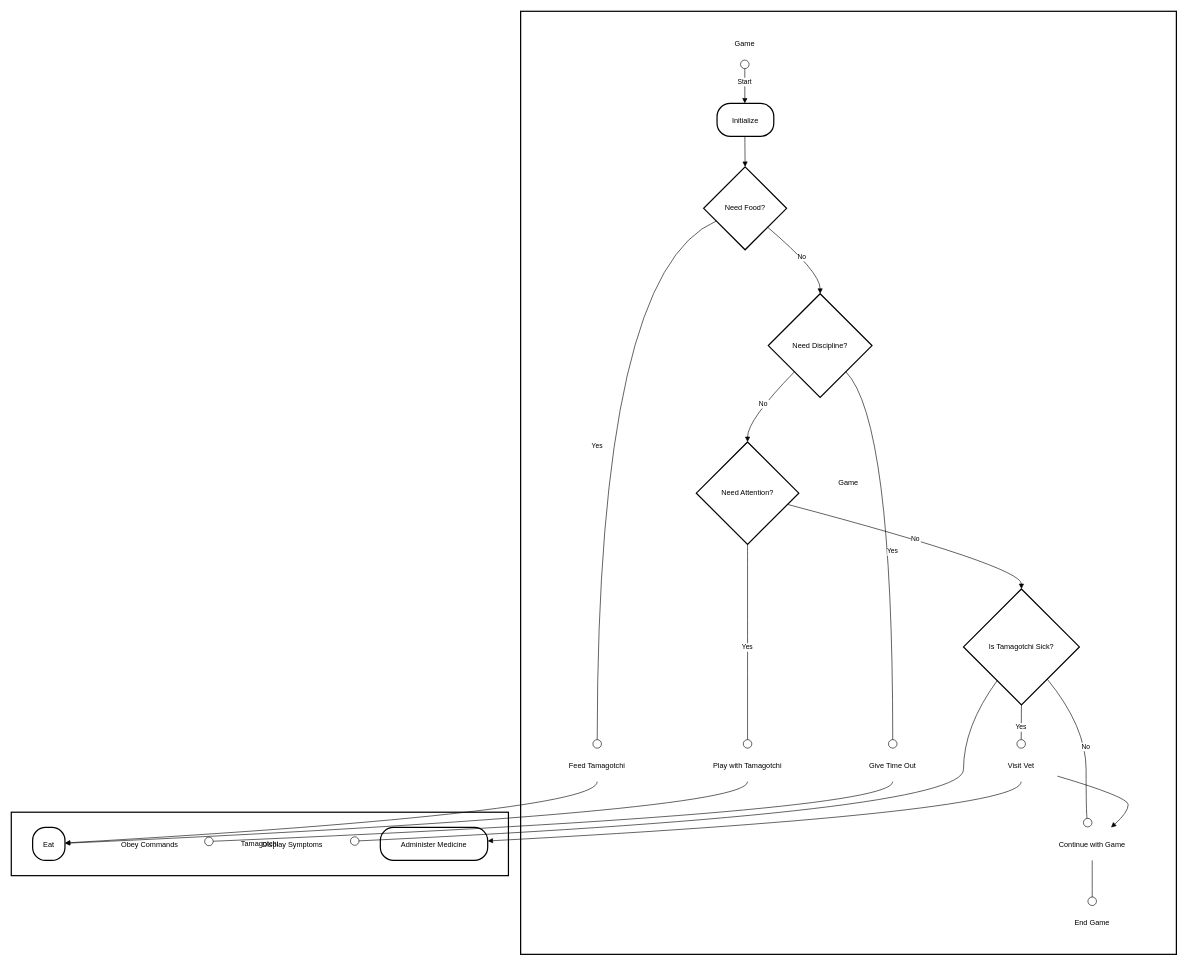
Above: Orphan_Tamagotchi_Watch_App.drawio in rafalaidlaw/flowcharts (draw.io), before the change. Source tidied: cells renumbered, new cells numbered last; positions are measured from the earlier drawing's top-left corner, leaving out a move shared by most shapes. Both pictures are drawn from the tidied source at 61%, with x=0, y=0 at pixel (11, 11).
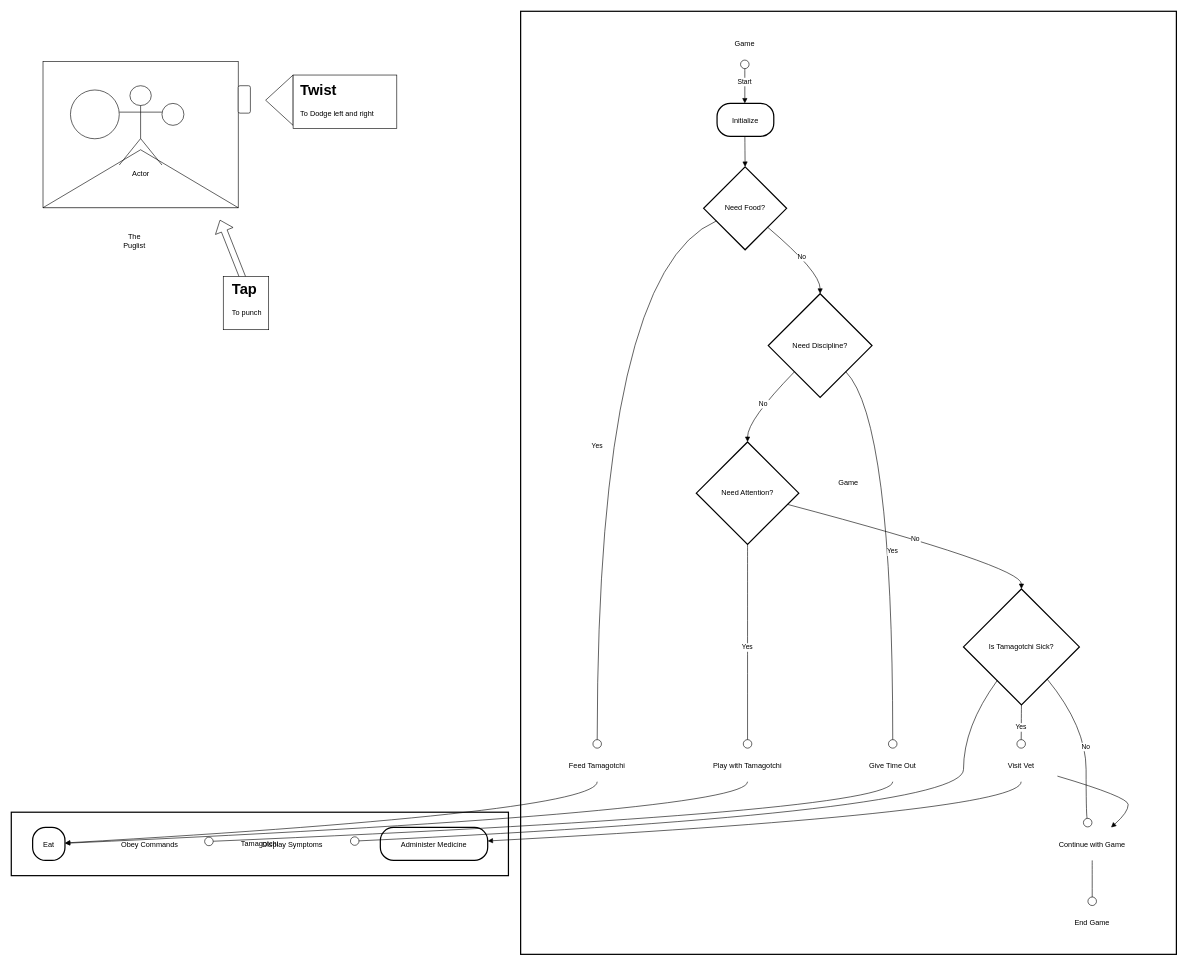
The same page after the edit.

Diff of the diagram source:
```diff
@@
+    <mxCell id="37" style="rounded=0;whiteSpace=wrap;html=1;" parent="1" vertex="1">
+      <mxGeometry x="52" y="82" width="320" height="240" as="geometry" />
+    </mxCell>
+    <mxCell id="38" value="The Puglist" style="text;html=1;align=center;verticalAlign=middle;whiteSpace=wrap;rounded=0;" parent="1" vertex="1">
+      <mxGeometry x="172" y="361" width="60" height="30" as="geometry" />
+    </mxCell>
+    <mxCell id="39" style="triangle;whiteSpace=wrap;html=1;rotation=-90;" parent="1" vertex="1">
+      <mxGeometry x="164.5" y="114.5" width="95" height="320" as="geometry" />
+    </mxCell>
+    <mxCell id="40" value="Actor" style="shape=umlActor;verticalLabelPosition=bottom;verticalAlign=top;html=1;" parent="1" vertex="1">
+      <mxGeometry x="177" y="122" width="70" height="130" as="geometry" />
+    </mxCell>
+    <mxCell id="41" style="ellipse;whiteSpace=wrap;html=1;" parent="1" vertex="1">
+      <mxGeometry x="247" y="151" width="36" height="36" as="geometry" />
+    </mxCell>
+    <mxCell id="42" style="ellipse;whiteSpace=wrap;html=1;" parent="1" vertex="1">
+      <mxGeometry x="97" y="129" width="80" height="80" as="geometry" />
+    </mxCell>
+    <mxCell id="43" style="rounded=1;whiteSpace=wrap;html=1;" parent="1" vertex="1">
+      <mxGeometry x="372" y="122" width="20" height="45" as="geometry" />
+    </mxCell>
+    <mxCell id="44" style="triangle;whiteSpace=wrap;html=1;rotation=-180;" parent="1" vertex="1">
+      <mxGeometry x="417" y="104.5" width="45" height="82.5" as="geometry" />
+    </mxCell>
+    <mxCell id="45" style="rounded=0;whiteSpace=wrap;html=1;" parent="1" vertex="1">
+      <mxGeometry x="462" y="104.5" width="170" height="87.5" as="geometry" />
+    </mxCell>
+    <mxCell id="46" value="&lt;h1 style=&quot;margin-top: 0px;&quot;&gt;Twist&lt;/h1&gt;&lt;p&gt;To Dodge left and right&lt;/p&gt;" style="text;html=1;whiteSpace=wrap;overflow=hidden;rounded=0;" parent="1" vertex="1">
+      <mxGeometry x="472" y="109" width="180" height="120" as="geometry" />
+    </mxCell>
+    <mxCell id="47" style="shape=flexArrow;endArrow=classic;html=1;rounded=0;entryX=0.5;entryY=1;entryDx=0;entryDy=0;" parent="1" edge="1">
+      <mxGeometry relative="1" as="geometry">
+        <mxPoint x="392" y="468.5" as="sourcePoint" />
+        <mxPoint x="342" y="342" as="targetPoint" />
+      </mxGeometry>
+    </mxCell>
+    <mxCell id="48" style="rounded=0;whiteSpace=wrap;html=1;" parent="1" vertex="1">
+      <mxGeometry x="347.5" y="434.5" width="74.5" height="87.5" as="geometry" />
+    </mxCell>
+    <mxCell id="49" value="&lt;h1 style=&quot;margin-top: 0px;&quot;&gt;Tap&lt;/h1&gt;&lt;p&gt;To punch&lt;/p&gt;" style="text;html=1;whiteSpace=wrap;overflow=hidden;rounded=0;" parent="1" vertex="1">
+      <mxGeometry x="359.8" y="434.5" width="180" height="120" as="geometry" />
+    </mxCell>
```
